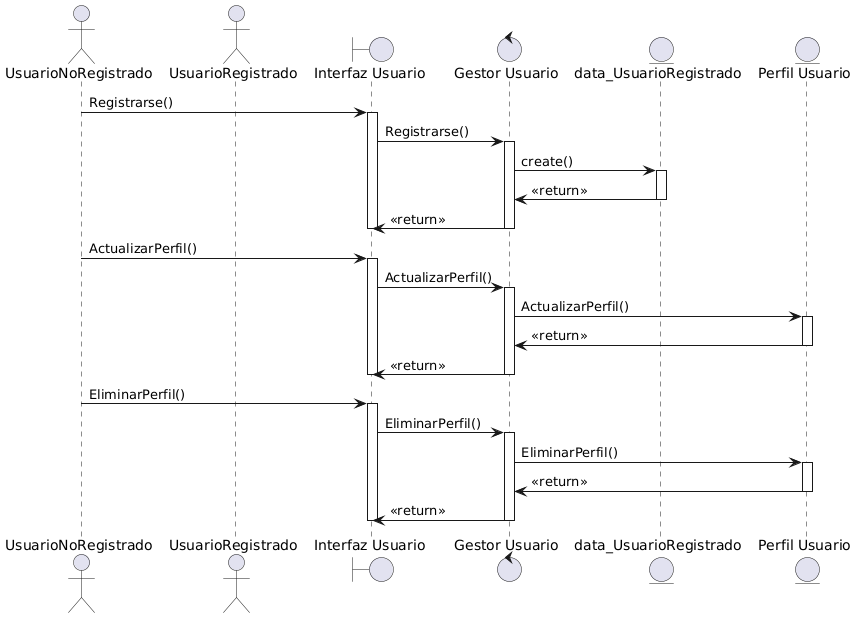
This is documents/Diagramas Secuencia/Diagramas/bloq1_diagrama_secuencia.png from dabien3/ES25UAB-511-05, a PlantUML export, as it was before one commit.
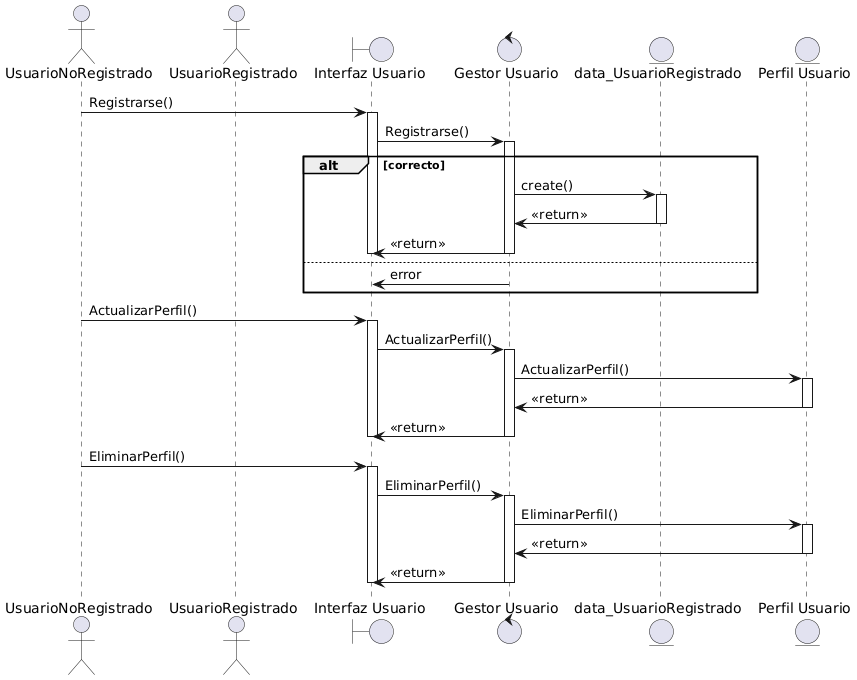
Later version of the same file.

Diff of the diagram source:
```diff
@@ -10,6 +10,7 @@
 activate InterfazUsuario
 InterfazUsuario -> GestorUsuario : Registrarse()
 activate GestorUsuario
+alt correcto
 GestorUsuario -> data_UsuarioRegistrado : create()
 activate data_UsuarioRegistrado
 data_UsuarioRegistrado -> GestorUsuario : <<return>>
@@ -17,6 +18,9 @@
 GestorUsuario -> InterfazUsuario : <<return>>
 deactivate GestorUsuario
 deactivate InterfazUsuario
+else
+GestorUsuario -> InterfazUsuario : error
+end
 
 UsuarioNoRegistrado -> InterfazUsuario : ActualizarPerfil()
 activate InterfazUsuario
```
